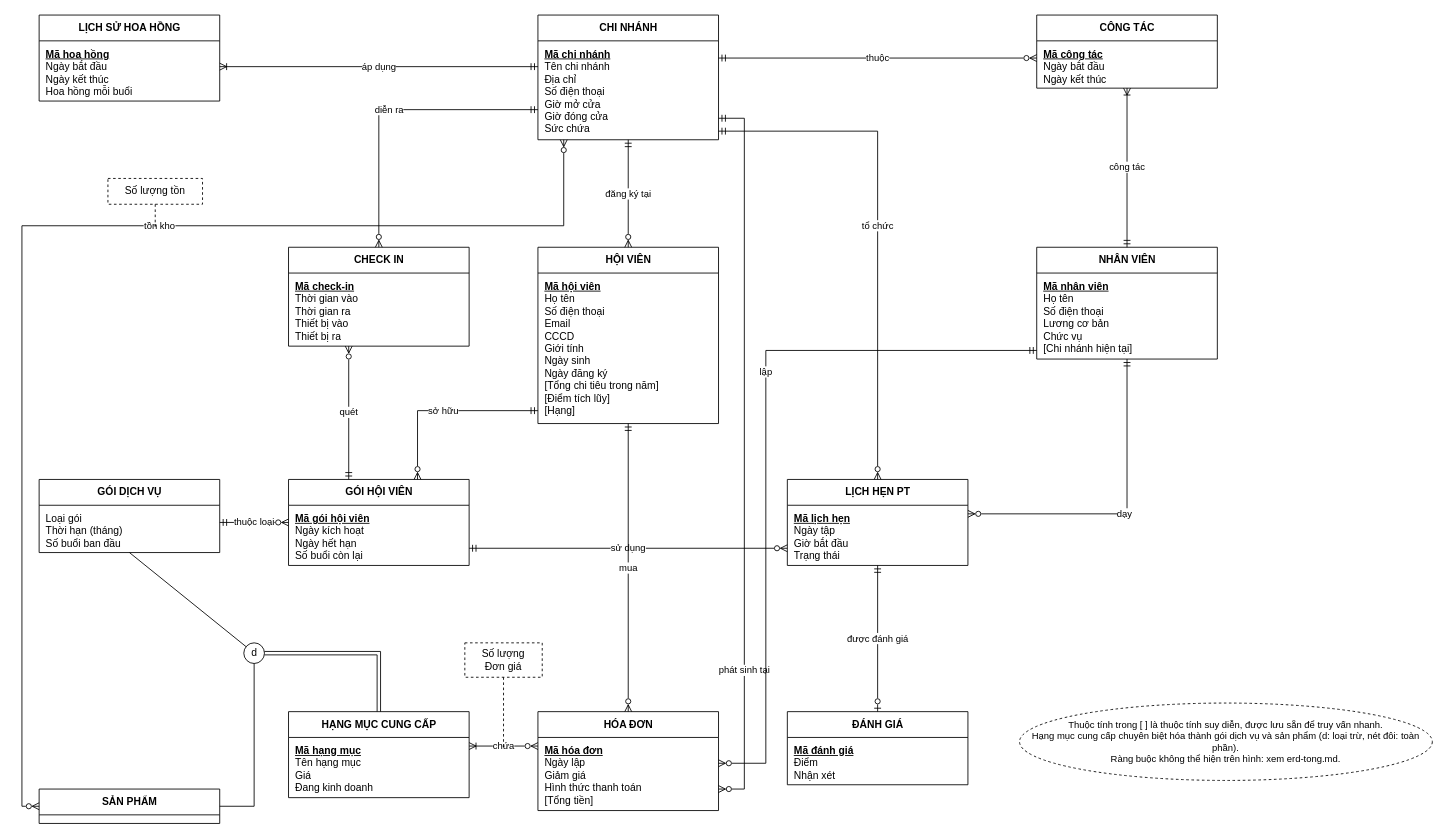
This is docs/gd1/erd.drawio from nhaajtdajt/fitlife-hub-csdlnc, a draw.io file, before an edit. Source tidied: cells renumbered, new cells numbered last; positions are measured from the earlier drawing's top-left corner, leaving out a move shared by most shapes. Both pictures are drawn from the tidied source at 86%, with x=0, y=0 at pixel (22, 15).
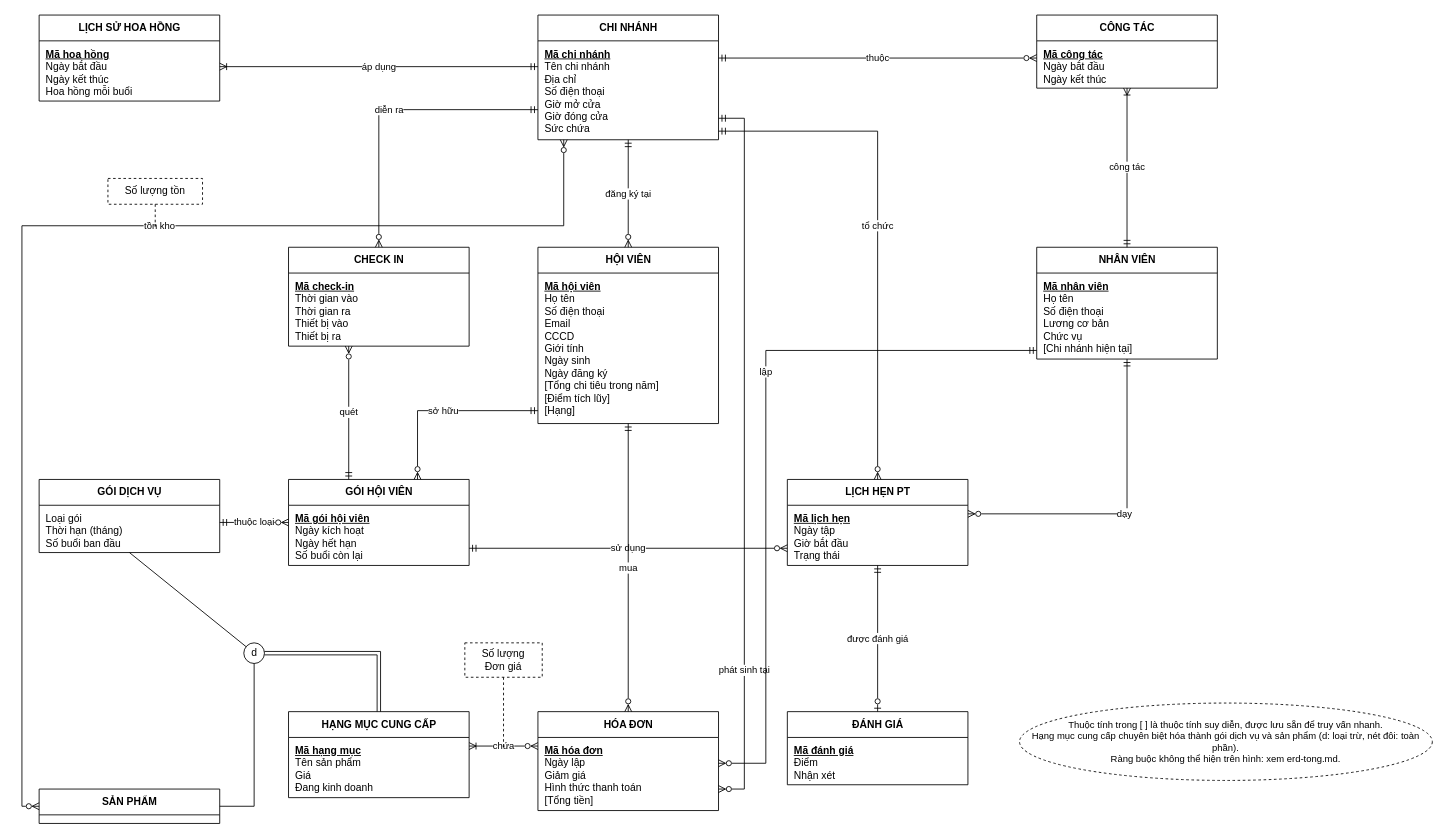
The same diagram, later.

The change refers to these unchanged cells:
```xml
<mxCell id="22" value="HẠNG MỤC CUNG CẤP" style="swimlane;fontStyle=1;horizontal=1;startSize=30;html=1;fillColor=#ffffff;strokeColor=#000000;fontSize=12;" parent="1" vertex="1">
  <mxGeometry x="310" y="810" width="210" height="100" as="geometry" />
</mxCell>
```

The edit, as a diff of the source:
```diff
@@
-    <mxCell id="23" value="&lt;u&gt;&lt;b&gt;Mã hạng mục&lt;/b&gt;&lt;/u&gt;&lt;br&gt;Tên hạng mục&lt;br&gt;Giá&lt;br&gt;Đang kinh doanh" style="text;html=1;align=left;verticalAlign=top;spacingLeft=6;spacingTop=2;fillColor=none;strokeColor=none;fontSize=12;" parent="22" vertex="1">
+    <mxCell id="23" value="&lt;u&gt;&lt;b&gt;Mã hạng mục&lt;/b&gt;&lt;/u&gt;&lt;br&gt;Tên sản phẩm&lt;br&gt;Giá&lt;br&gt;Đang kinh doanh" style="text;html=1;align=left;verticalAlign=top;spacingLeft=6;spacingTop=2;fillColor=none;strokeColor=none;fontSize=12;" parent="22" vertex="1">
       <mxGeometry y="30" width="210" height="70" as="geometry" />
     </mxCell>
```
